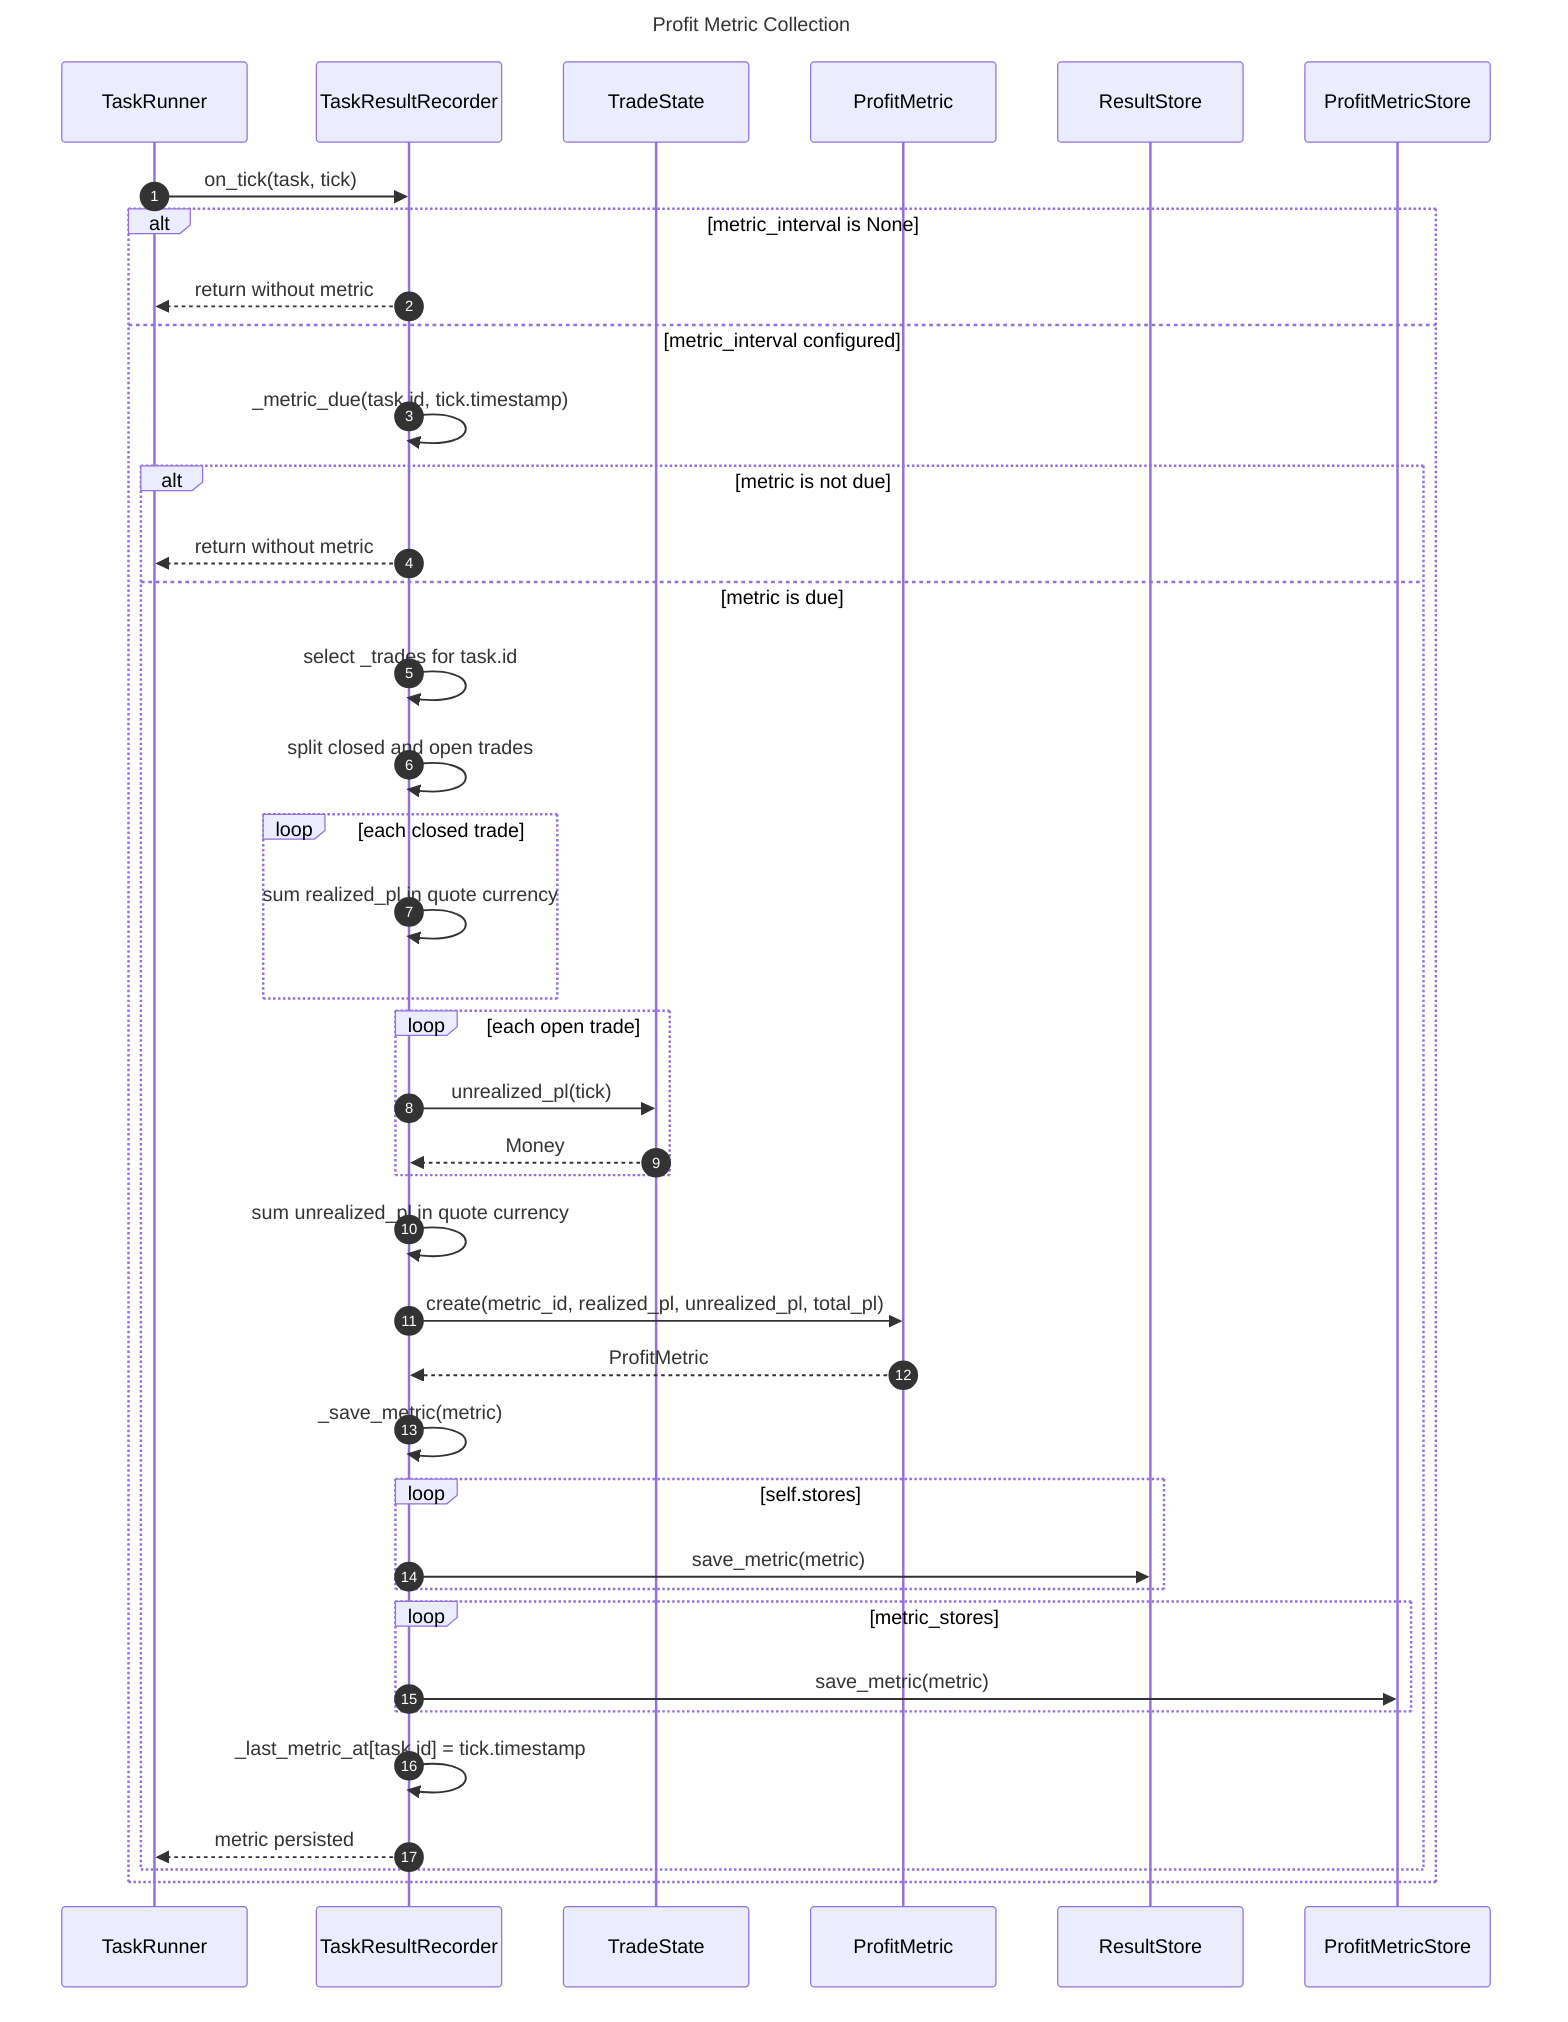
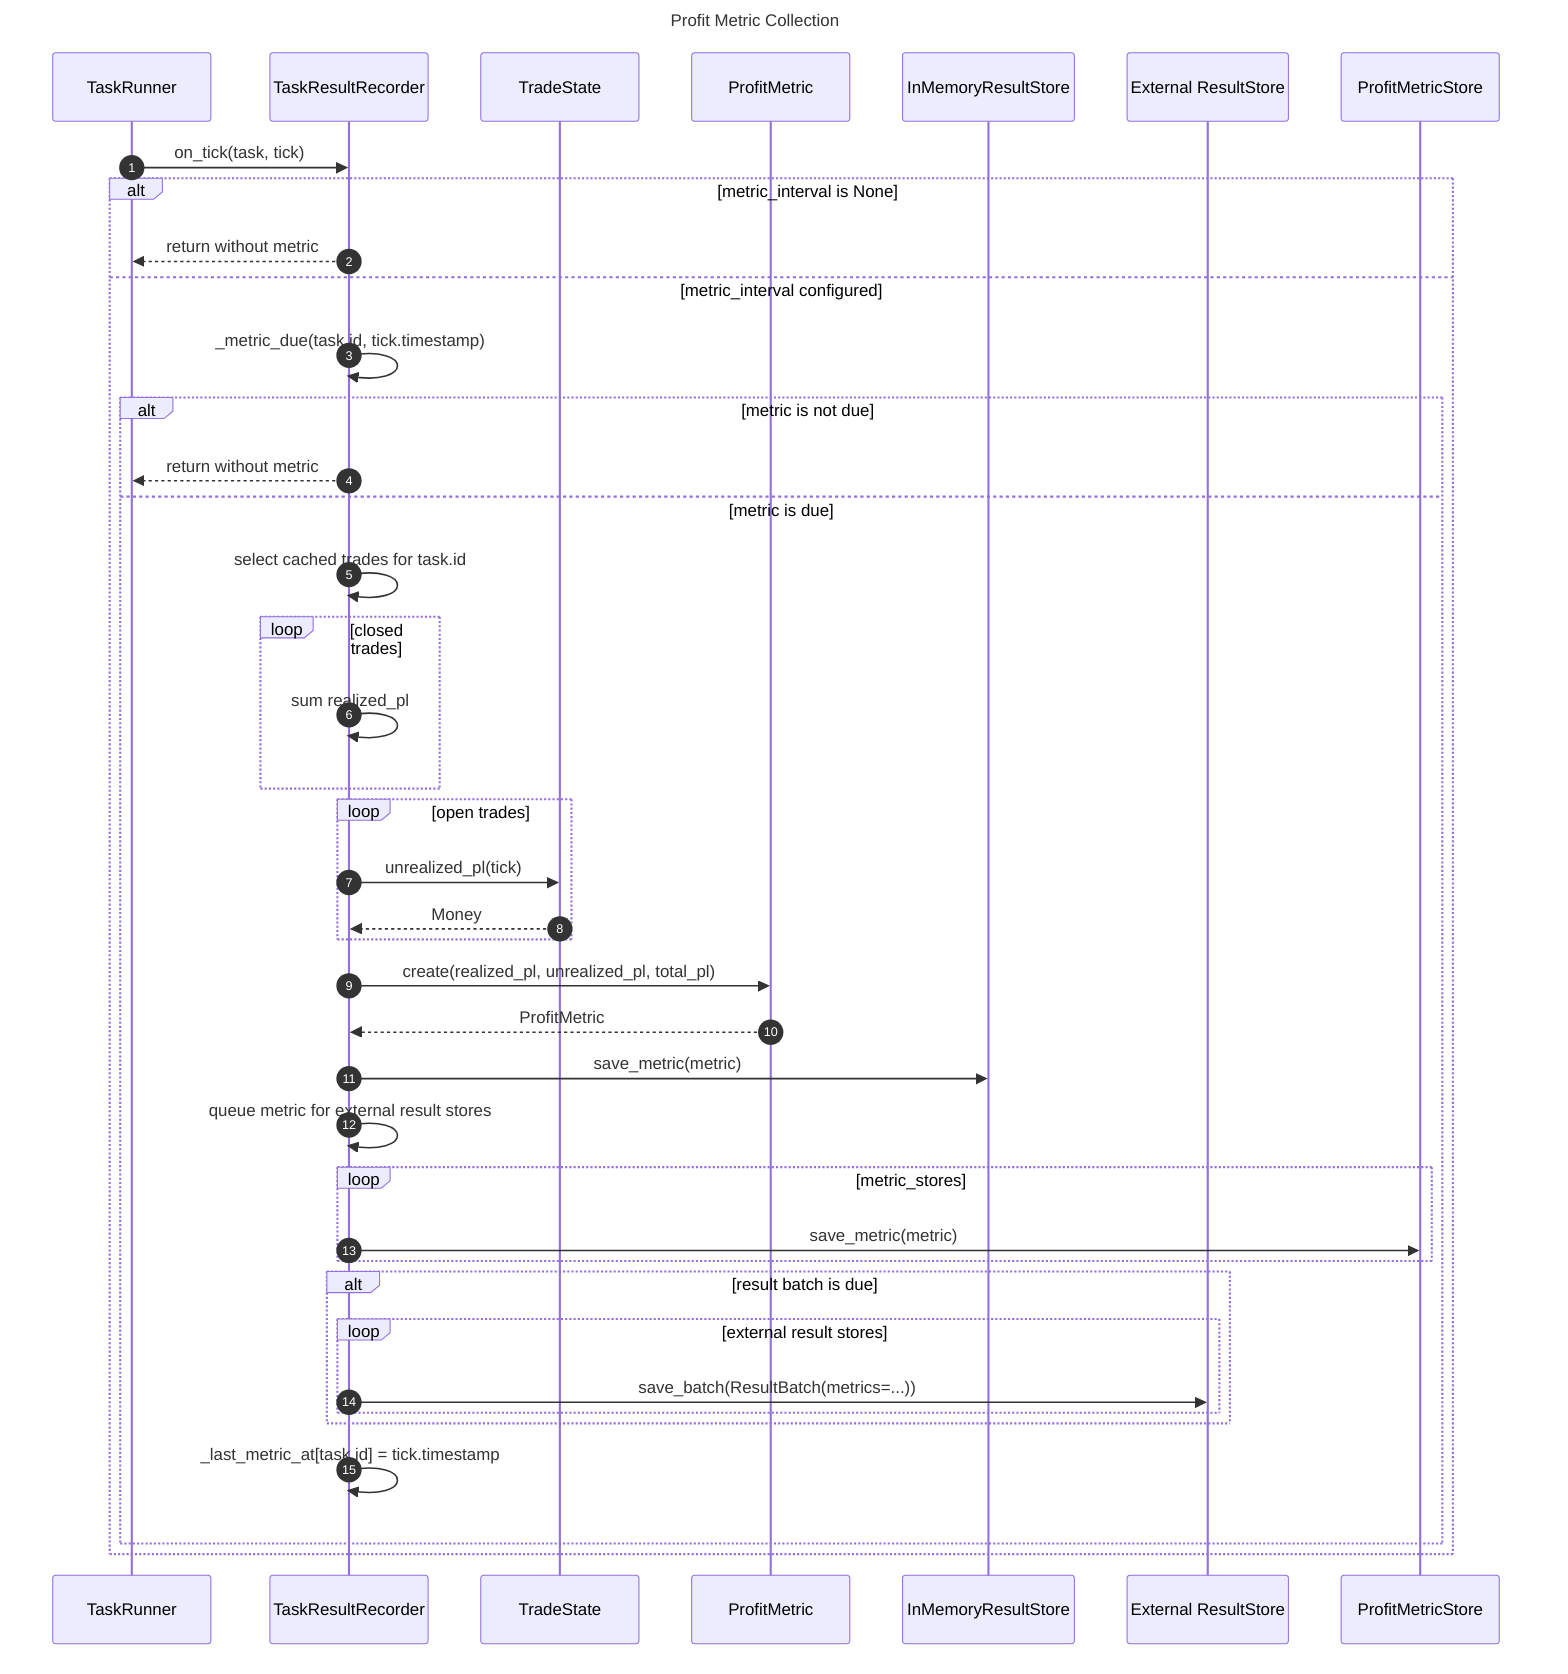
sequenceDiagram
    title Profit Metric Collection
    autonumber

    participant Runner as TaskRunner
    participant Recorder as TaskResultRecorder
-     participant TradeState as TradeState
+     participant State as TradeState
    participant Metric as ProfitMetric
-     participant Store as ResultStore
+     participant Memory as InMemoryResultStore
+     participant Store as External ResultStore
    participant MetricStore as ProfitMetricStore

    Runner->>Recorder: on_tick(task, tick)
    alt metric_interval is None
        Recorder-->>Runner: return without metric
    else metric_interval configured
        Recorder->>Recorder: _metric_due(task.id, tick.timestamp)
        alt metric is not due
            Recorder-->>Runner: return without metric
        else metric is due
-             Recorder->>Recorder: select _trades for task.id
-             Recorder->>Recorder: split closed and open trades
- 
-             loop each closed trade
-                 Recorder->>Recorder: sum realized_pl in quote currency
+             Recorder->>Recorder: select cached trades for task.id
+             loop closed trades
+                 Recorder->>Recorder: sum realized_pl
            end
- 
-             loop each open trade
-                 Recorder->>TradeState: unrealized_pl(tick)
-                 TradeState-->>Recorder: Money
+             loop open trades
+                 Recorder->>State: unrealized_pl(tick)
+                 State-->>Recorder: Money
            end
-             Recorder->>Recorder: sum unrealized_pl in quote currency
- 
-             Recorder->>Metric: create(metric_id, realized_pl, unrealized_pl, total_pl)
+             Recorder->>Metric: create(realized_pl, unrealized_pl, total_pl)
            Metric-->>Recorder: ProfitMetric
- 
-             Recorder->>Recorder: _save_metric(metric)
-             loop self.stores
-                 Recorder->>Store: save_metric(metric)
-             end
+             Recorder->>Memory: save_metric(metric)
+             Recorder->>Recorder: queue metric for external result stores
            loop metric_stores
                Recorder->>MetricStore: save_metric(metric)
            end
- 
+             alt result batch is due
+                 loop external result stores
+                     Recorder->>Store: save_batch(ResultBatch(metrics=...))
+                 end
+             end
            Recorder->>Recorder: _last_metric_at[task.id] = tick.timestamp
-             Recorder-->>Runner: metric persisted
        end
    end
